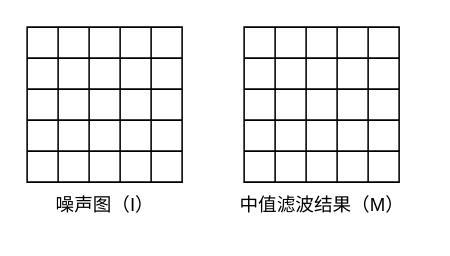
Above: page "噪声估计计算方法" (4 of 4) of 3dnr_final.drawio in sustcsugar/draw.io (draw.io), before the change. Source tidied: cells renumbered, new cells numbered last; positions are measured from the earlier drawing's top-left corner, leaving out a move shared by most shapes. Both pictures are drawn from the tidied source at 155%, with x=0, y=0 at pixel (26, 26).
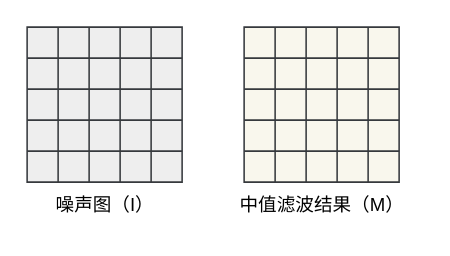
The same page after the edit.

Diff of the diagram source:
```diff
@@
-    <mxCell id="2" style="shape=table;startSize=0;childLayout=tableLayout;fontSize=16;" parent="1" vertex="1">
+    <mxCell id="2" style="shape=table;startSize=0;childLayout=tableLayout;fontSize=16;fillColor=#f9f7ed;strokeColor=#36393d;" parent="1" vertex="1">
       <mxGeometry x="140" width="100" height="100" as="geometry" />
     </mxCell>
@@
-    <mxCell id="34" style="shape=table;startSize=0;childLayout=tableLayout;fontSize=16;" parent="1" vertex="1">
+    <mxCell id="34" style="shape=table;startSize=0;childLayout=tableLayout;fontSize=16;swimlaneFillColor=none;strokeWidth=1;fillColor=#eeeeee;strokeColor=#36393d;" parent="1" vertex="1">
       <mxGeometry width="100" height="100" as="geometry" />
     </mxCell>
```
